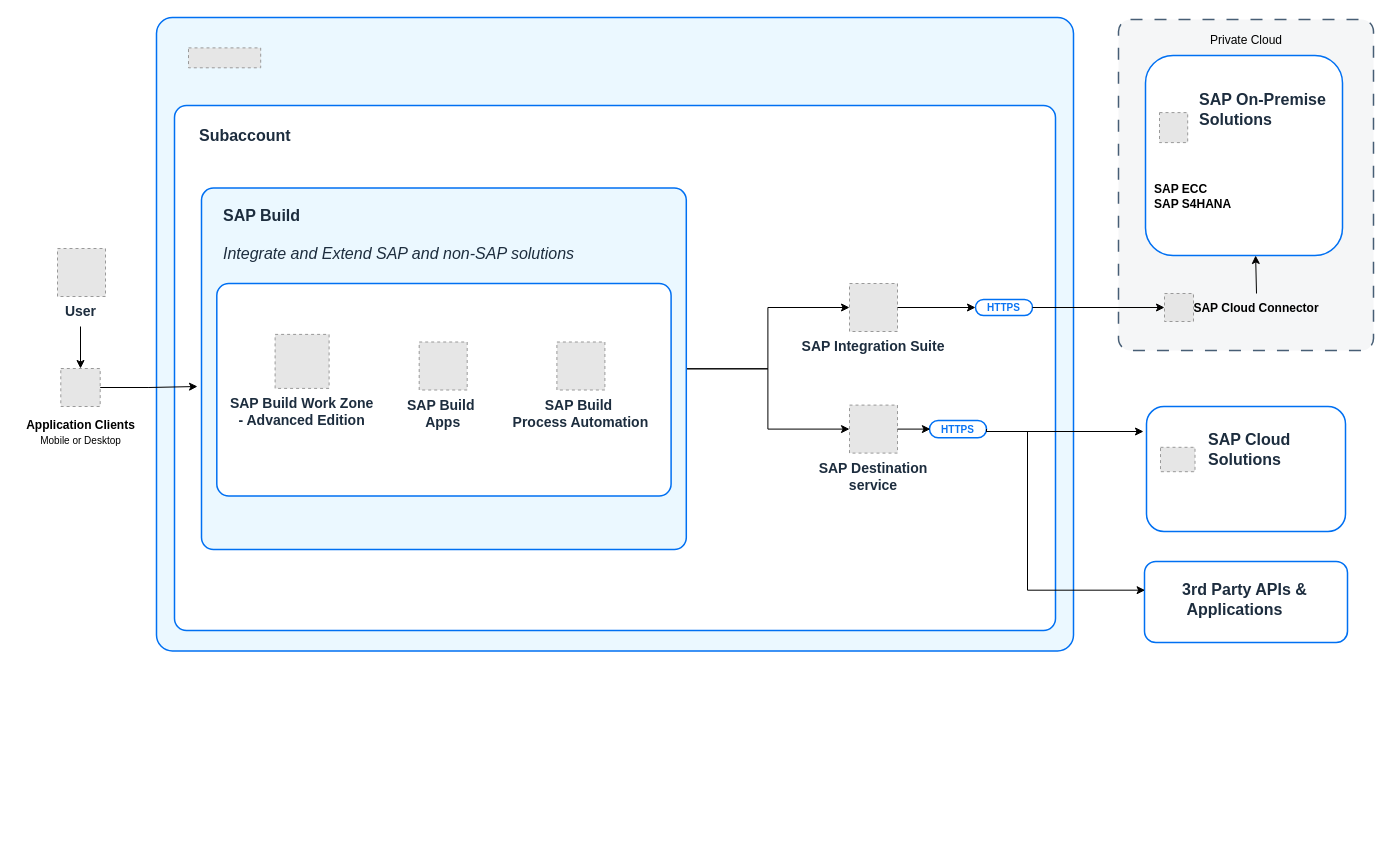
This is Untitled Diagram.drawio from brnalmeidamars/sap_btp_icons_drawio_lib, a draw.io file, before an edit. Source tidied: cells renumbered, new cells numbered last; positions are measured from the earlier drawing's top-left corner, leaving out a move shared by most shapes. Both pictures are drawn from the tidied source at 100%, with x=0, y=0 at pixel (16, 17). Pictures stored in the file or linked from it are replaced by grey dashed boxes.
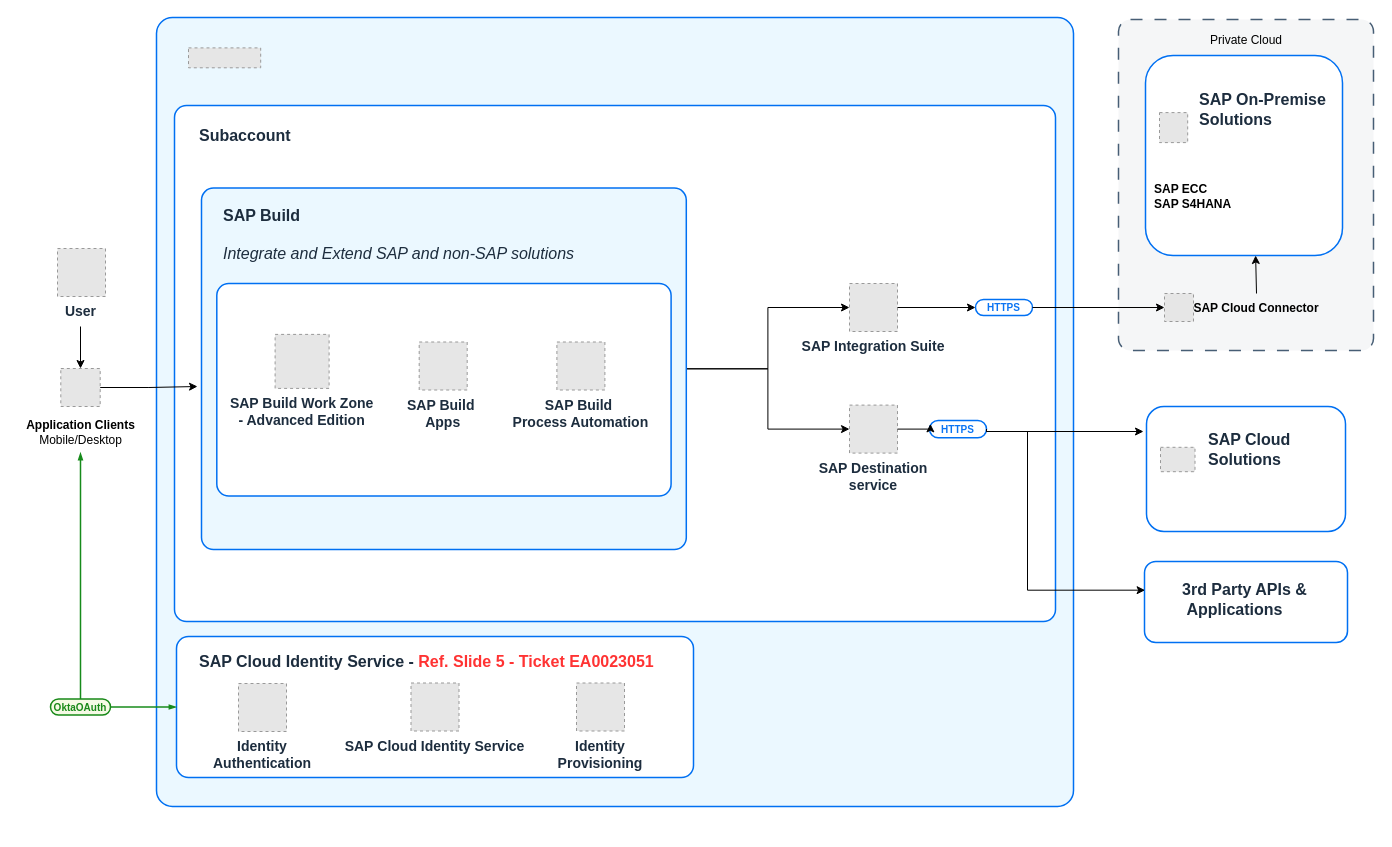
After the change.

Commit message:
SAP BTP IAH_v3

What changed in the source:
```diff
@@
     <mxCell id="2" style="group;" parent="1" vertex="1">
-      <mxGeometry x="140" width="917" height="640" as="geometry" />
+      <mxGeometry x="140" width="917" height="812" as="geometry" />
     </mxCell>
     <mxCell id="3" style="rounded=1;whiteSpace=wrap;html=1;strokeColor=#0070F2;fillColor=#EBF8FF;arcSize=32;absoluteArcSize=1;imageWidth=64;imageHeight=64;strokeWidth=1.5;" parent="2" vertex="1">
-      <mxGeometry width="917" height="633.5" as="geometry" />
+      <mxGeometry width="917" height="789" as="geometry" />
     </mxCell>
     <mxCell id="4" style="rounded=1;whiteSpace=wrap;html=1;strokeColor=#0070F2;strokeWidth=1.5;arcSize=24;fillColor=#FFFFFF;perimeterSpacing=0;absoluteArcSize=1;" parent="2" vertex="1">
-      <mxGeometry x="18" y="88" width="881" height="525" as="geometry" />
+      <mxGeometry x="18" y="88" width="881" height="516" as="geometry" />
     </mxCell>
@@
+    <mxCell id="47" style="rounded=1;whiteSpace=wrap;html=1;strokeColor=#0070F2;fillColor=#ffffff;arcSize=24;absoluteArcSize=1;imageWidth=64;imageHeight=64;strokeWidth=1.5;" parent="2" vertex="1">
+      <mxGeometry x="20" y="619" width="517" height="141" as="geometry" />
+    </mxCell>
+    <mxCell id="48" value="&lt;font face=&quot;arial&quot; style=&quot;font-size: 16px;&quot;&gt;&lt;b style=&quot;font-size: 16px;&quot;&gt;SAP Cloud Identity Service - &lt;font color=&quot;#ff3333&quot;&gt;Ref. Slide 5 - Ticket EA0023051&lt;/font&gt;&lt;/b&gt;&lt;/font&gt;" style="text;html=1;align=left;verticalAlign=middle;strokeColor=none;fillColor=none;fontSize=12;fontColor=#1d2d3e;fontFamily=Helvetica;" parent="2" vertex="1">
+      <mxGeometry x="40.9" y="628" width="473" height="31" as="geometry" />
+    </mxCell>
+    <mxCell id="49" value="Identity&#10;Provisioning" style="fillColor=#E6E6E6;strokeColor=#999999;dashed=1;verticalLabelPosition=bottom;verticalAlign=top;fontStyle=1;fontSize=14;fontColor=#1D2D3E;" parent="2" vertex="1">
+      <mxGeometry x="420" y="665.5" width="48" height="48" as="geometry" />
+    </mxCell>
+    <mxCell id="50" value="Identity&#10;Authentication" style="fillColor=#E6E6E6;strokeColor=#999999;dashed=1;verticalLabelPosition=bottom;verticalAlign=top;fontStyle=1;fontSize=14;fontColor=#1D2D3E;" parent="2" vertex="1">
+      <mxGeometry x="82" y="666" width="48" height="48" as="geometry" />
+    </mxCell>
+    <mxCell id="51" value="SAP Cloud Identity Service" style="fillColor=#E6E6E6;strokeColor=#999999;dashed=1;verticalLabelPosition=bottom;verticalAlign=top;fontStyle=1;fontSize=14;fontColor=#1D2D3E;" parent="2" vertex="1">
+      <mxGeometry x="254.5" y="665.5" width="48" height="48" as="geometry" />
+    </mxCell>
@@
-    <mxCell id="46" value="&lt;font style=&quot;font-size: 12px;&quot;&gt;&lt;b&gt;Application Clients&lt;/b&gt;&lt;/font&gt;&lt;div&gt;&lt;font style=&quot;font-size: 10px;&quot;&gt;Mobile or Desktop&lt;/font&gt;&lt;/div&gt;" style="text;html=1;align=center;verticalAlign=middle;points=[];strokeColor=none;fillColor=none;" parent="1" vertex="1">
+    <mxCell id="46" value="&lt;font style=&quot;font-size: 12px;&quot;&gt;&lt;b&gt;Application Clients&lt;/b&gt;&lt;/font&gt;&lt;div&gt;&lt;font style=&quot;font-size: 12px;&quot;&gt;Mobile/Desktop&lt;/font&gt;&lt;/div&gt;" style="text;html=1;align=center;verticalAlign=middle;points=[];strokeColor=none;fillColor=none;" parent="1" vertex="1">
       <mxGeometry x="0.5" y="394" width="127" height="41" as="geometry" />
     </mxCell>
+    <mxCell id="52" value="&lt;p style=&quot;line-height: 114%;&quot;&gt;&lt;font color=&quot;#188918&quot; size=&quot;1&quot;&gt;&lt;b style=&quot;&quot;&gt;OktaOAuth&lt;/b&gt;&lt;/font&gt;&lt;/p&gt;" style="rounded=1;whiteSpace=wrap;html=1;arcSize=50;strokeColor=#188918;fillColor=#f5fae5;fontColor=#266f3a;strokeWidth=1.5;direction=south;" parent="1" vertex="1">
+      <mxGeometry x="34" y="681.5" width="60" height="16" as="geometry" />
+    </mxCell>
+    <mxCell id="53" style="endArrow=blockThin;html=1;rounded=0;strokeColor=#178b1b;strokeWidth=1.5;exitX=0;exitY=0.5;exitDx=0;exitDy=0;endFill=1;endSize=4;startSize=4;" parent="1" edge="1" source="52" target="46">
+      <mxGeometry relative="1" as="geometry">
+        <Array as="points">
+          <mxPoint x="64" y="517" />
+        </Array>
+      </mxGeometry>
+    </mxCell>
+    <mxCell id="54" style="endArrow=blockThin;html=1;rounded=0;strokeColor=#178b1b;strokeWidth=1.5;endFill=1;endSize=4;startSize=4;entryX=0;entryY=0.5;entryDx=0;entryDy=0;exitX=0.5;exitY=0;exitDx=0;exitDy=0;" parent="1" edge="1" source="52" target="47">
+      <mxGeometry relative="1" as="geometry" />
+    </mxCell>
```
